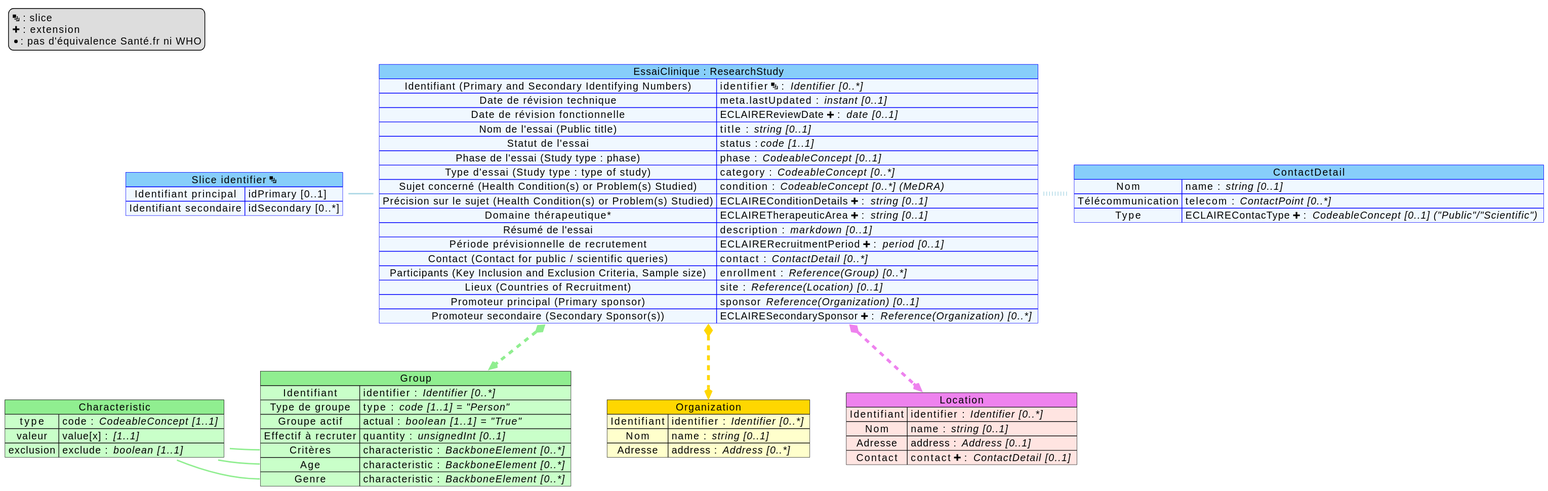
The PlantUML diagram input/images/mappingResearchStudy.svg in ansforge/essais-cliniques, before a commit.
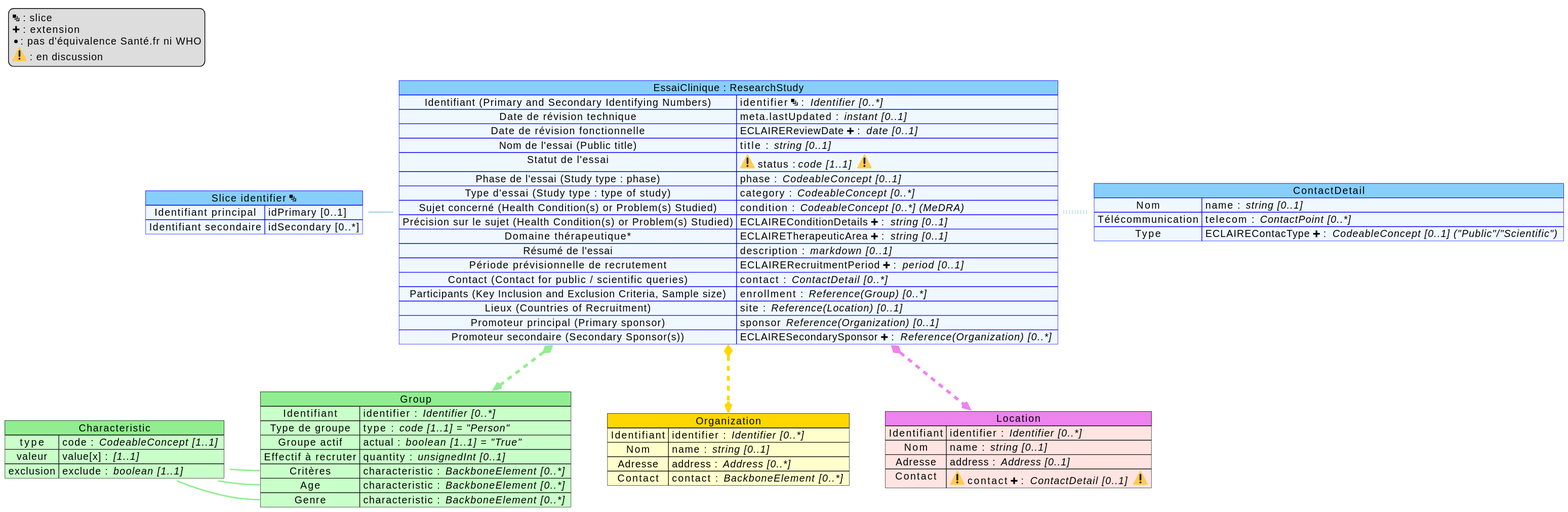
The same file after the commit.

Commit message:
Correction schéma

What changed in the source:
```diff
@@ -30,13 +30,14 @@
     Identifiant => identifier : // Identifier [0..*] //
     Nom => name : // string [0..1] //
     Adresse => address : // Address [0..*] //
+    Contact => contact : // BackboneElement [0..*] //
 }
 
 map "Location" as Location #back:MistyRose;header:Violet {
     Identifiant => identifier : // Identifier [0..*] //
     Nom => name : // string [0..1] //
     Adresse => address : // Address [0..1] //
-    Contact => contact <&plus> : // ContactDetail [0..1] //
+    Contact => <:warning:> contact <&plus> : // ContactDetail [0..1] // <:warning:>
 }
 
 map "EssaiClinique : ResearchStudy" as RS #back:AliceBlue;header:LightSkyBlue;line:blue {
@@ -44,7 +45,7 @@
     Date de révision technique => meta.lastUpdated : // instant [0..1] //
     Date de révision fonctionnelle => ECLAIREReviewDate <&plus> : // date [0..1] //
     Nom de l'essai (Public title) => title : // string [0..1] //
-    Statut de l'essai => status : //code [1..1] //
+    Statut de l'essai => <:warning:> status : //code [1..1] // <:warning:>
     Phase de l'essai (Study type : phase) => phase : // CodeableConcept [0..1] //
     Type d'essai (Study type : type of study) => category : // CodeableConcept [0..*] //
     Sujet concerné (Health Condition(s) or Problem(s) Studied) => condition : // CodeableConcept [0..*] (MeDRA) //
@@ -75,10 +76,10 @@
 Group::Genre -[#LightGreen,thickness=2]> Characteristic
 
 
-
 legend top left
   <&layers> : slice
   <&plus> : extension
   * : pas d'équivalence Santé.fr ni WHO
+  <:warning:> : en discussion
 endlegend
 @enduml
```
